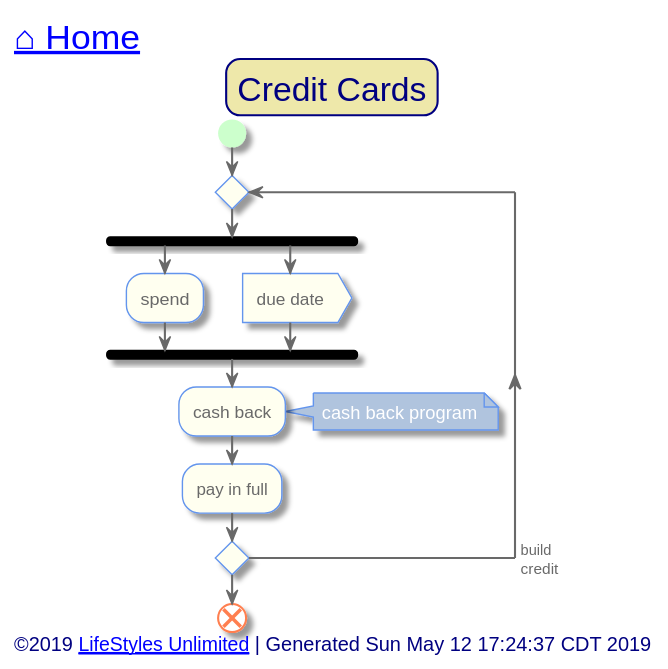
Before: out/src/unlimited-lifestyle/credit-cards.svg, a diagram exported from PlantUML (toddmo/lifestylesunlimited).
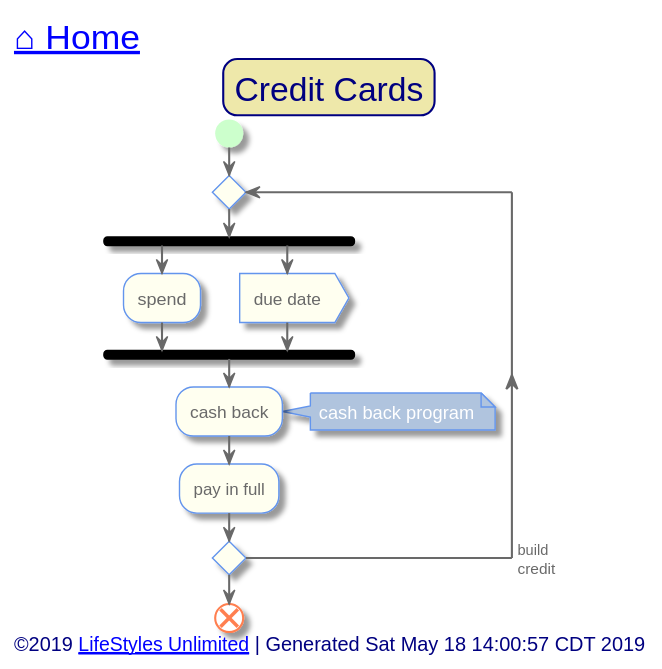
Above is the later version.

Change to the diagram source:
```diff
@@ -99,7 +99,7 @@
 
 
 left footer
-	<font size=14>©2019 [[http://www.lifestylesunlimited.com LifeStyles Unlimited]] | Generated Sun May 12 17:24:37 CDT 2019</font>
+	<font size=14>©2019 [[http://www.lifestylesunlimited.com LifeStyles Unlimited]] | Generated Sat May 18 14:00:57 CDT 2019</font>
 endfooter
 
 
```
